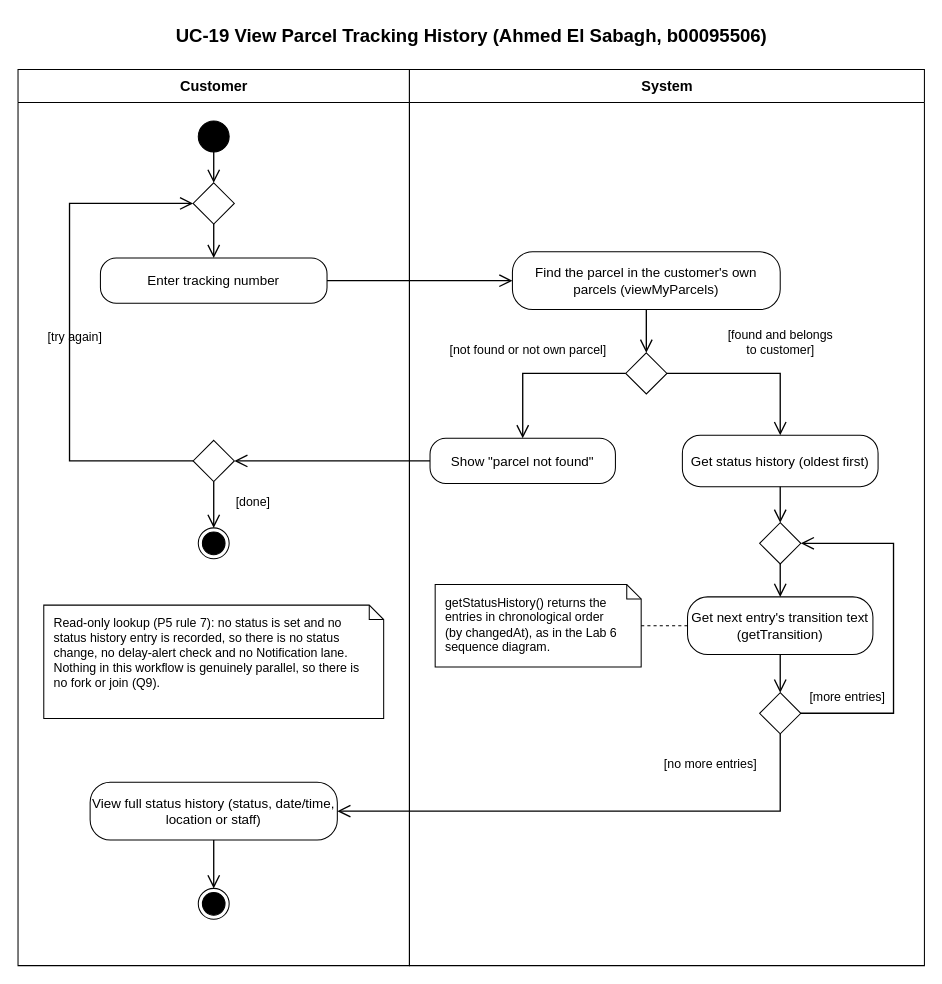
COE420-Team10-F26/Courier_parcel_tracking_system keeps this draw.io diagram as Project/Behavioral_Modeling/Activity_Diagrams/AD_UC-19_View_Parcel_Tracking_History.drawio. Above is the earlier version. Source tidied: cells renumbered, new cells numbered last; positions are measured from the earlier drawing's top-left corner, leaving out a move shared by most shapes. Both pictures are drawn from the tidied source at 103%, with x=0, y=0 at pixel (18, 18).
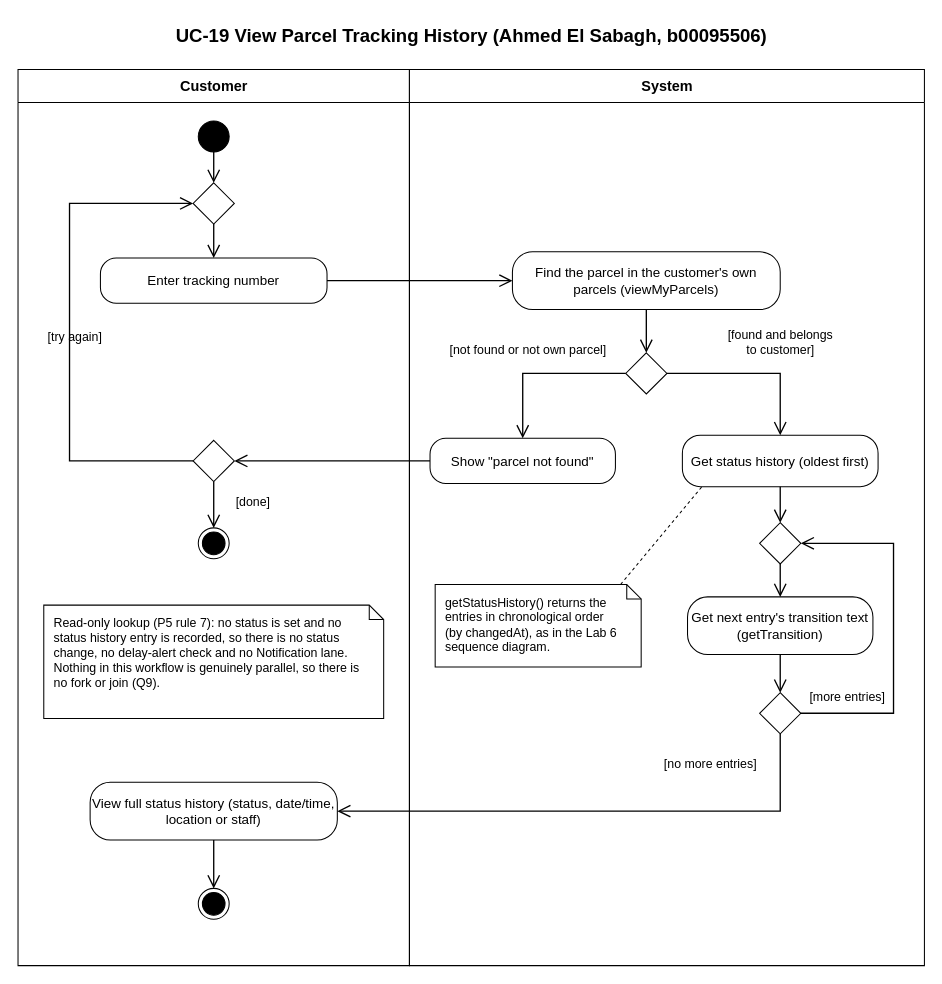
Above is the later version.

The change refers to these unchanged cells:
```xml
<mxCell id="11" value="Get status history (oldest first)" style="rounded=1;arcSize=35;whiteSpace=wrap;html=1;fontSize=13;" parent="4" vertex="1">
  <mxGeometry x="265" y="355" width="190" height="50" as="geometry" />
</mxCell>
<mxCell id="15" value="Get next entry's transition text (getTransition)" style="rounded=1;arcSize=35;whiteSpace=wrap;html=1;fontSize=13;" parent="4" vertex="1">
  <mxGeometry x="270" y="512" width="180" height="56" as="geometry" />
</mxCell>
<mxCell id="41" value="getStatusHistory() returns the entries in chronological order (by changedAt), as in the Lab 6 sequence diagram." style="shape=note;whiteSpace=wrap;html=1;size=14;align=left;verticalAlign=top;spacingLeft=8;spacingRight=16;spacingTop=4;fontSize=12;" parent="4" vertex="1">
  <mxGeometry x="25" y="500" width="200" height="80" as="geometry" />
</mxCell>
```

What changed in the source:
```diff
@@
-    <mxCell id="42" style="edgeStyle=orthogonalEdgeStyle;rounded=0;html=1;endArrow=none;dashed=1;exitX=1;exitY=0.5;exitDx=0;exitDy=0;entryX=0;entryY=0.5;entryDx=0;entryDy=0;" parent="1" edge="1" source="41" target="15">
+    <mxCell id="42" style="edgeStyle=none;rounded=0;html=1;endArrow=none;dashed=1;exitX=0.9;exitY=0;exitDx=0;exitDy=0;entryX=0.1;entryY=1;entryDx=0;entryDy=0;" parent="1" edge="1" source="41" target="11">
       <mxGeometry relative="1" as="geometry" />
     </mxCell>
```
